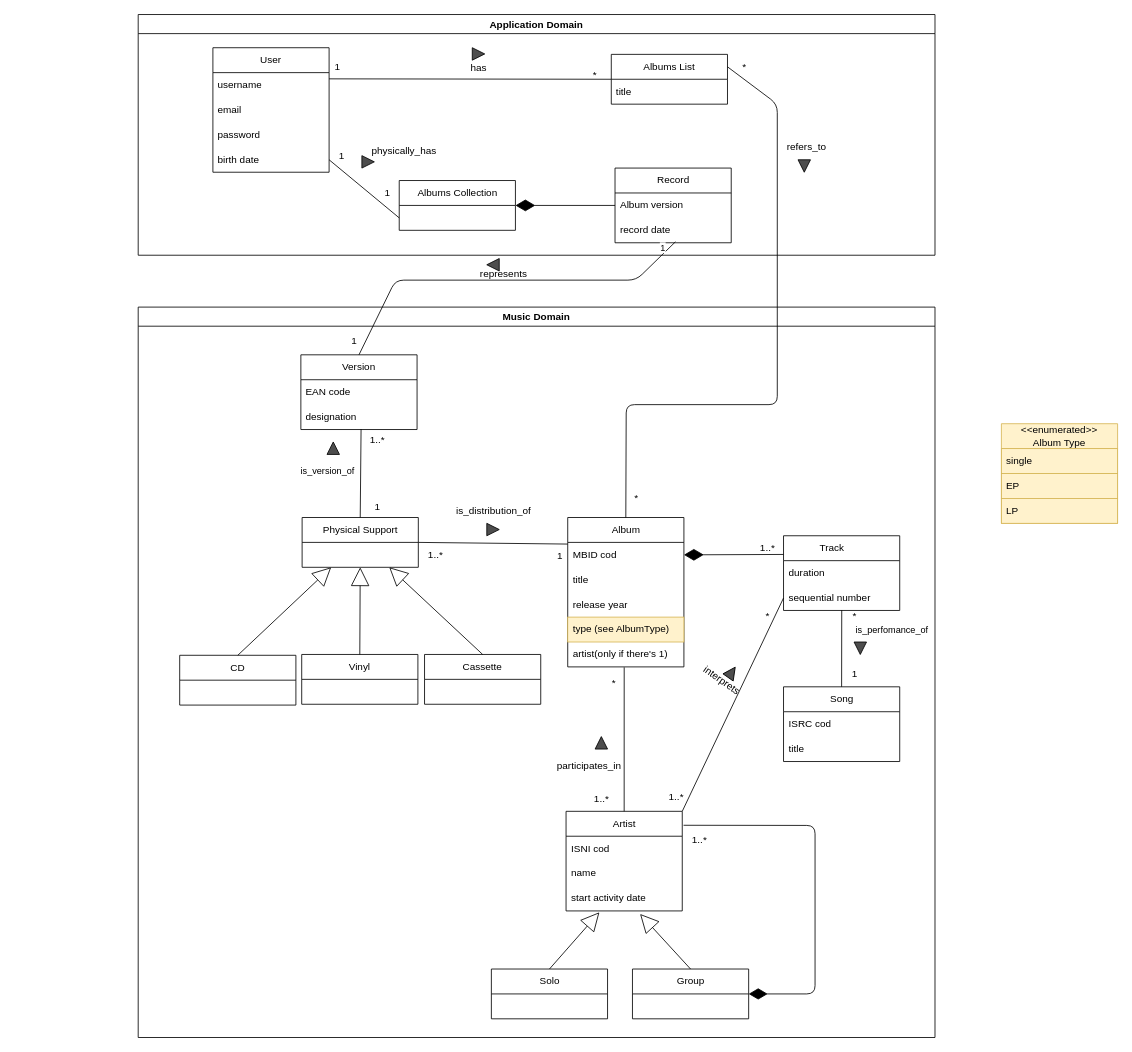
This is diagramas.drawio from Lana-Melo/MyDiscoteca, a draw.io file, before an edit. Source tidied: cells renumbered, new cells numbered last; positions are measured from the earlier drawing's top-left corner, leaving out a move shared by most shapes. Both pictures are drawn from the tidied source at 83%, with x=0, y=0 at pixel (138, 14).
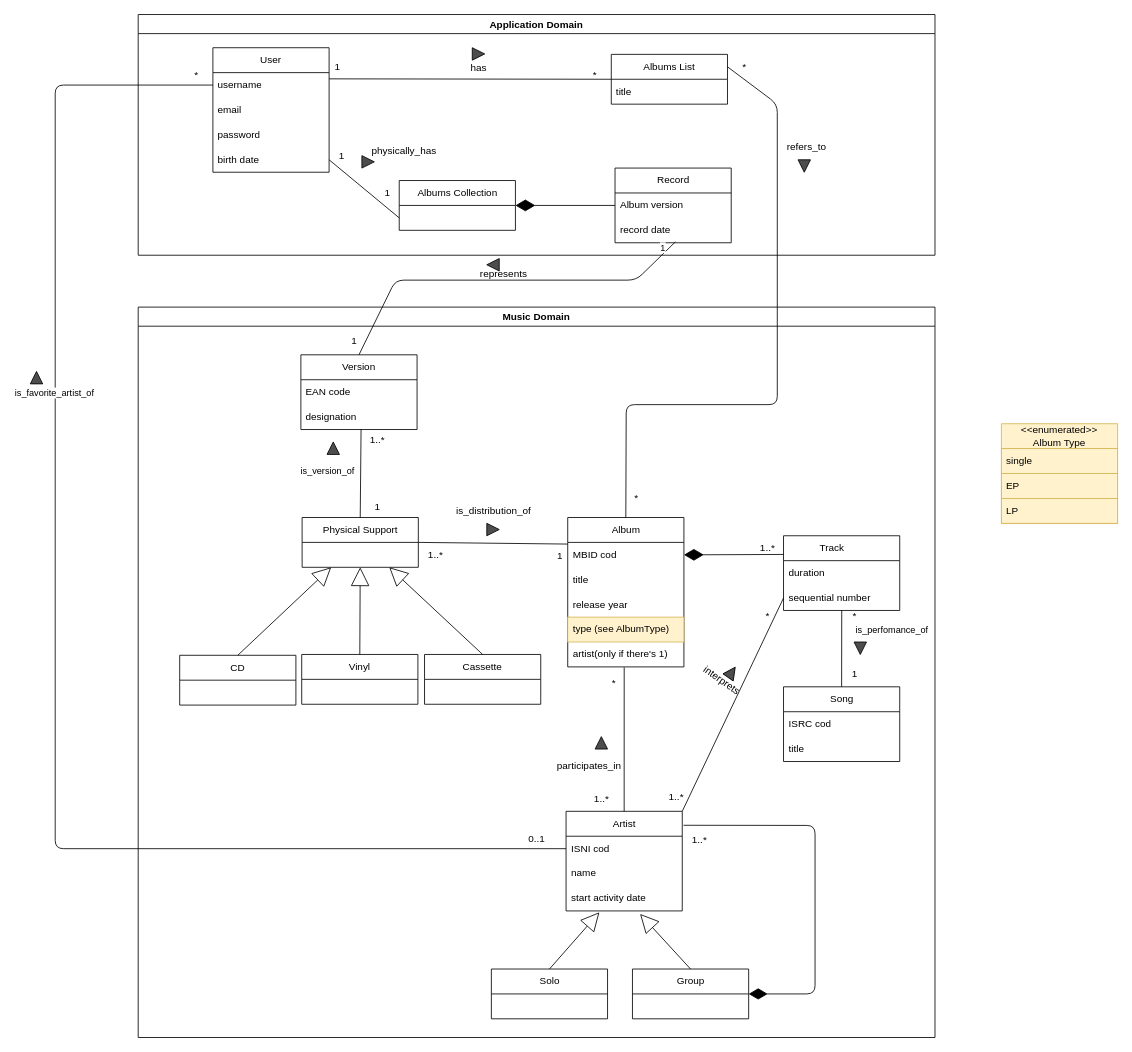
The same diagram, later.

Commit message:
Update domain model with the relation artist - user

Unchanged cells that the change refers to:
```xml
<mxCell id="16" value="ISNI cod" style="text;strokeColor=none;fillColor=none;align=left;verticalAlign=middle;spacingLeft=4;spacingRight=4;overflow=hidden;points=[[0,0.5],[1,0.5]];portConstraint=eastwest;whiteSpace=wrap;html=1;" parent="15" vertex="1">
  <mxGeometry y="30" width="140" height="30" as="geometry" />
</mxCell>
<mxCell id="61" value="Music Domain" style="swimlane;" parent="1" vertex="1">
  <mxGeometry y="352.5" width="960" height="880" as="geometry" />
</mxCell>
<mxCell id="65" value="username" style="text;strokeColor=none;fillColor=none;align=left;verticalAlign=middle;spacingLeft=4;spacingRight=4;overflow=hidden;points=[[0,0.5],[1,0.5]];portConstraint=eastwest;whiteSpace=wrap;html=1;" parent="64" vertex="1">
  <mxGeometry y="30" width="140" height="30" as="geometry" />
</mxCell>
```

Diff of the diagram source:
```diff
@@
+    <mxCell id="99" value="0..1" style="text;html=1;align=center;verticalAlign=middle;strokeColor=none;fillColor=none;" parent="61" vertex="1">
+      <mxGeometry x="460" y="625.5" width="40" height="30" as="geometry" />
+    </mxCell>
@@
+    <mxCell id="100" style="edgeStyle=none;html=1;entryX=0;entryY=0.5;entryDx=0;entryDy=0;endArrow=none;endFill=0;" parent="1" edge="1" source="65" target="16">
+      <mxGeometry relative="1" as="geometry">
+        <Array as="points">
+          <mxPoint x="-100" y="85" />
+          <mxPoint x="-100" y="1005" />
+        </Array>
+      </mxGeometry>
+    </mxCell>
+    <mxCell id="101" value="is_favorite_artist_of" style="edgeLabel;html=1;align=center;verticalAlign=middle;" parent="100" vertex="1">
+      <mxGeometry x="-0.83" y="-2" relative="1" as="geometry">
+        <mxPoint x="-45" y="372" as="offset" />
+      </mxGeometry>
+    </mxCell>
+    <mxCell id="102" style="triangle;whiteSpace=wrap;html=1;rotation=-90;fillStyle=solid;fillColor=#4D4D4D;" parent="1" vertex="1">
+      <mxGeometry x="-130" y="430" width="15" height="15" as="geometry" />
+    </mxCell>
+    <mxCell id="103" value="*" style="text;html=1;align=center;verticalAlign=middle;strokeColor=none;fillColor=none;" parent="1" vertex="1">
+      <mxGeometry x="55" y="58" width="30" height="30" as="geometry" />
+    </mxCell>
```
